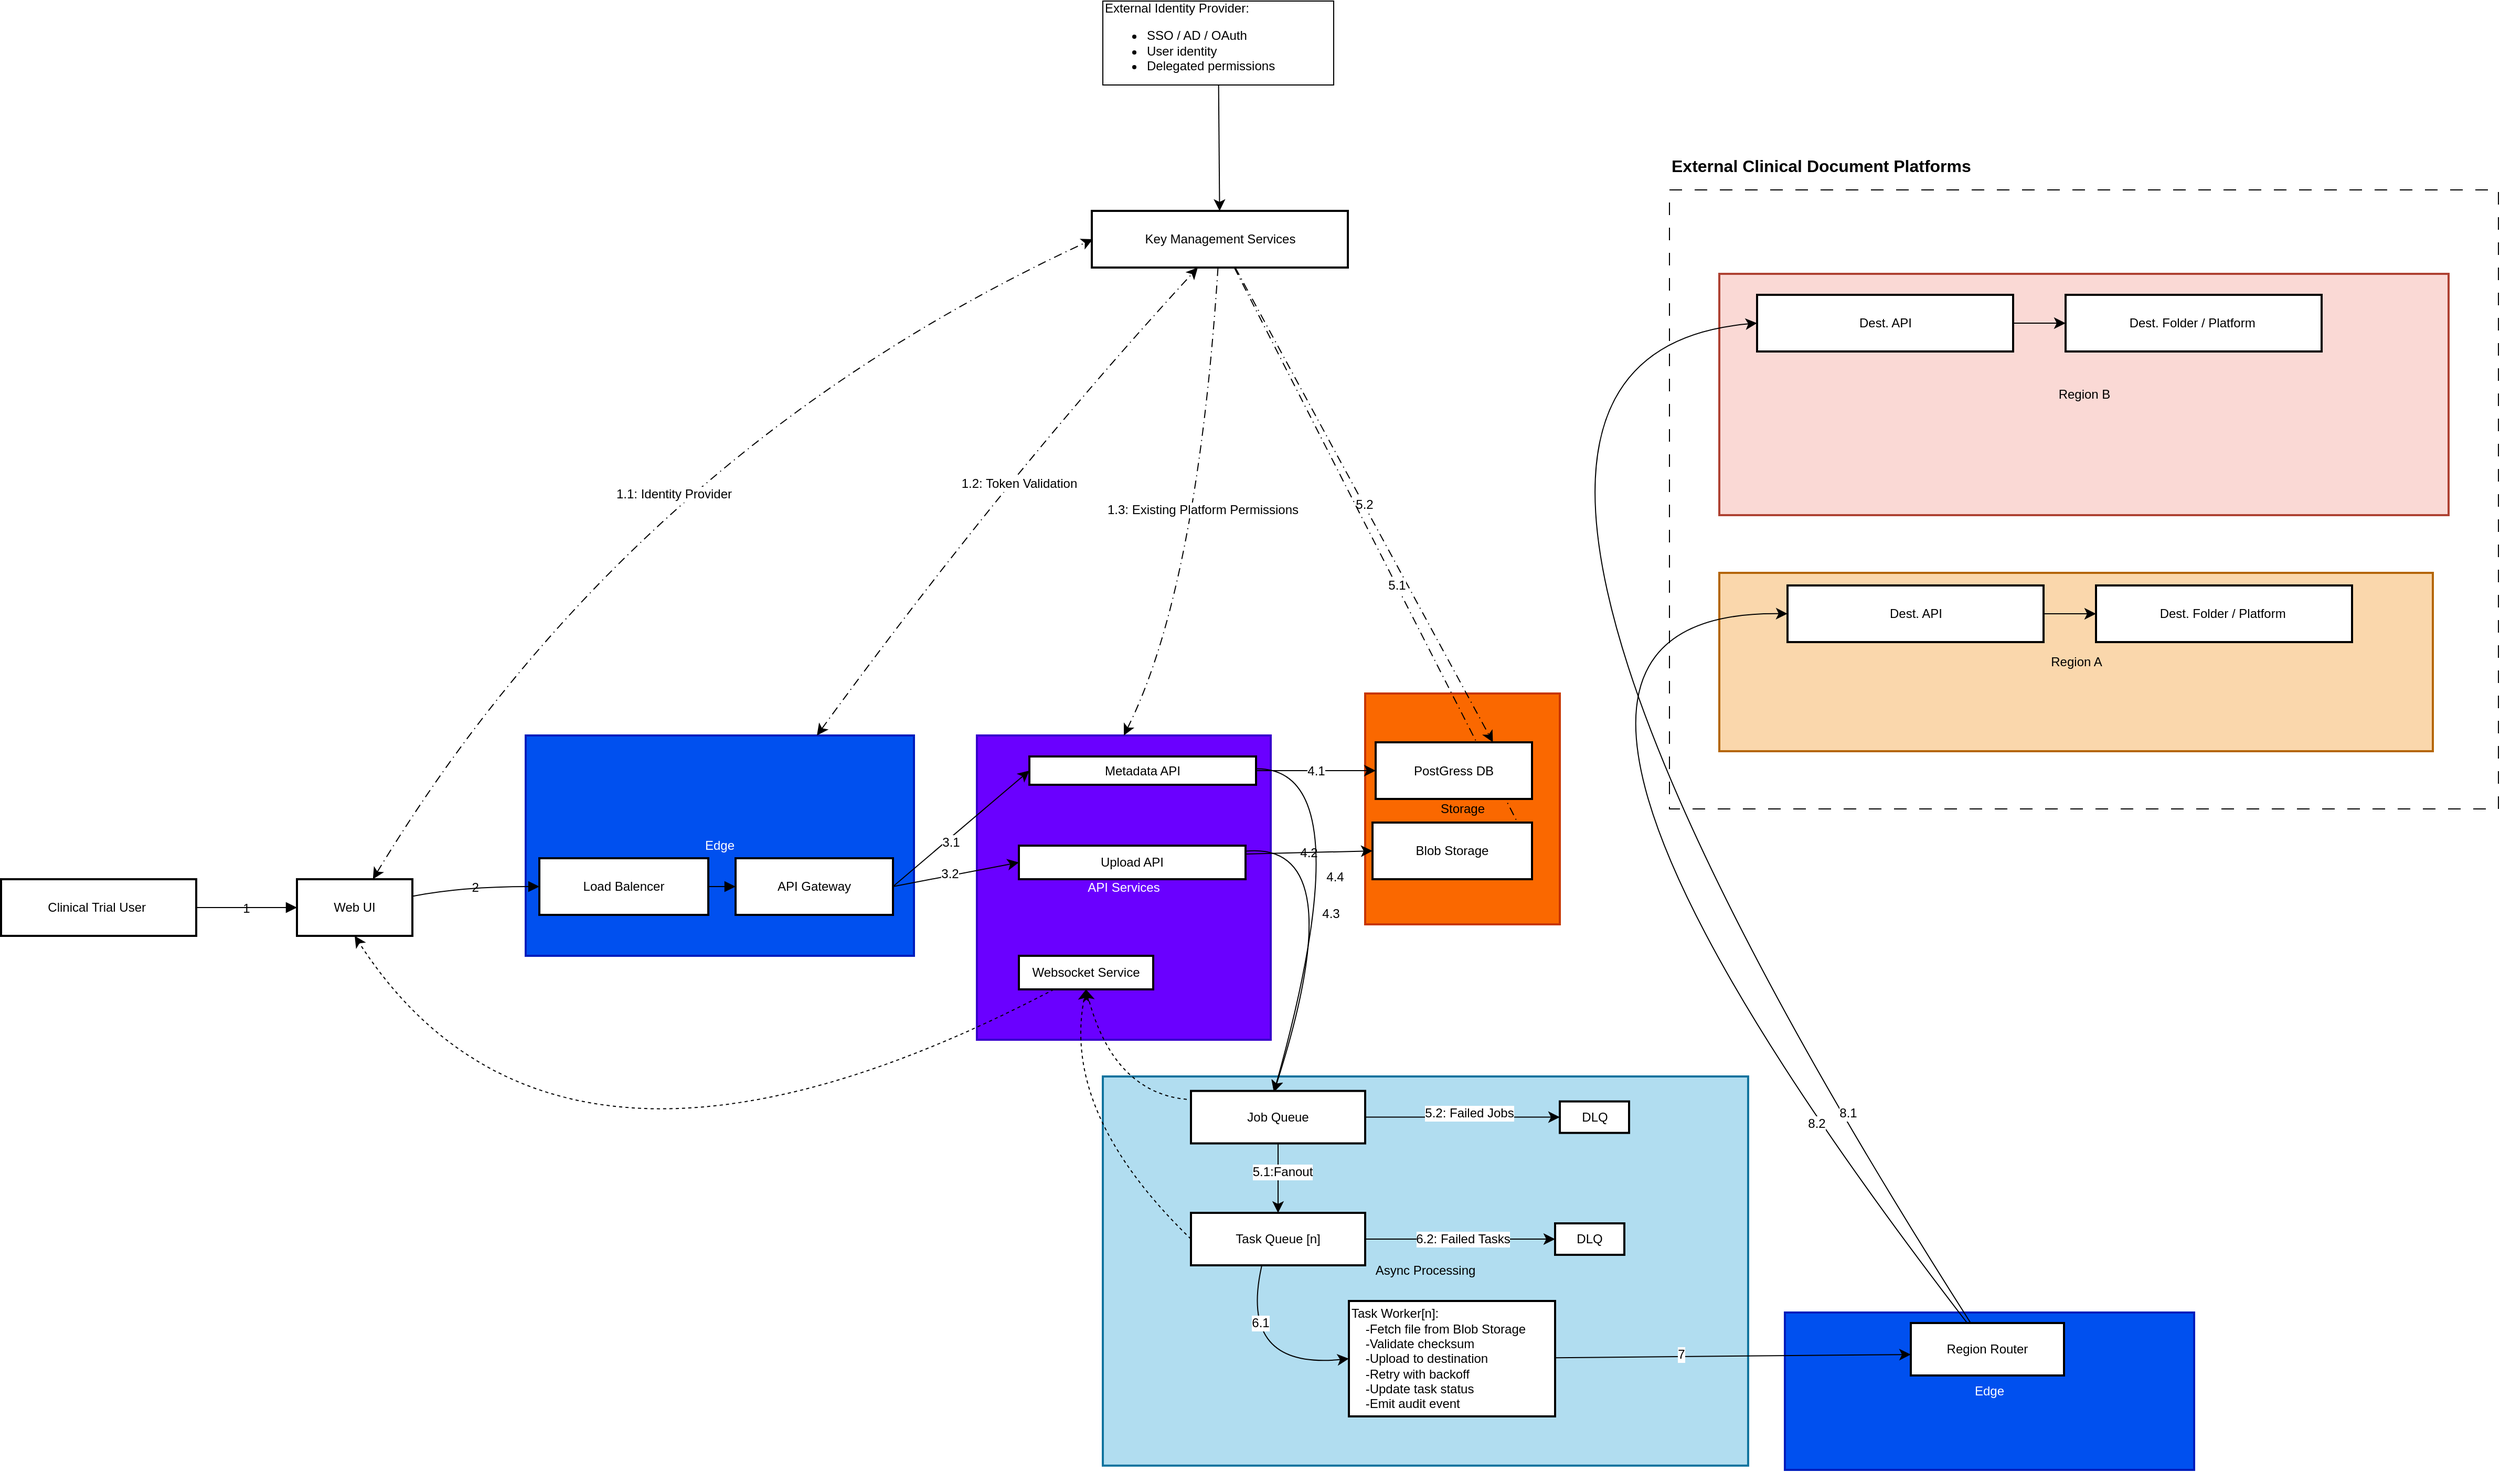
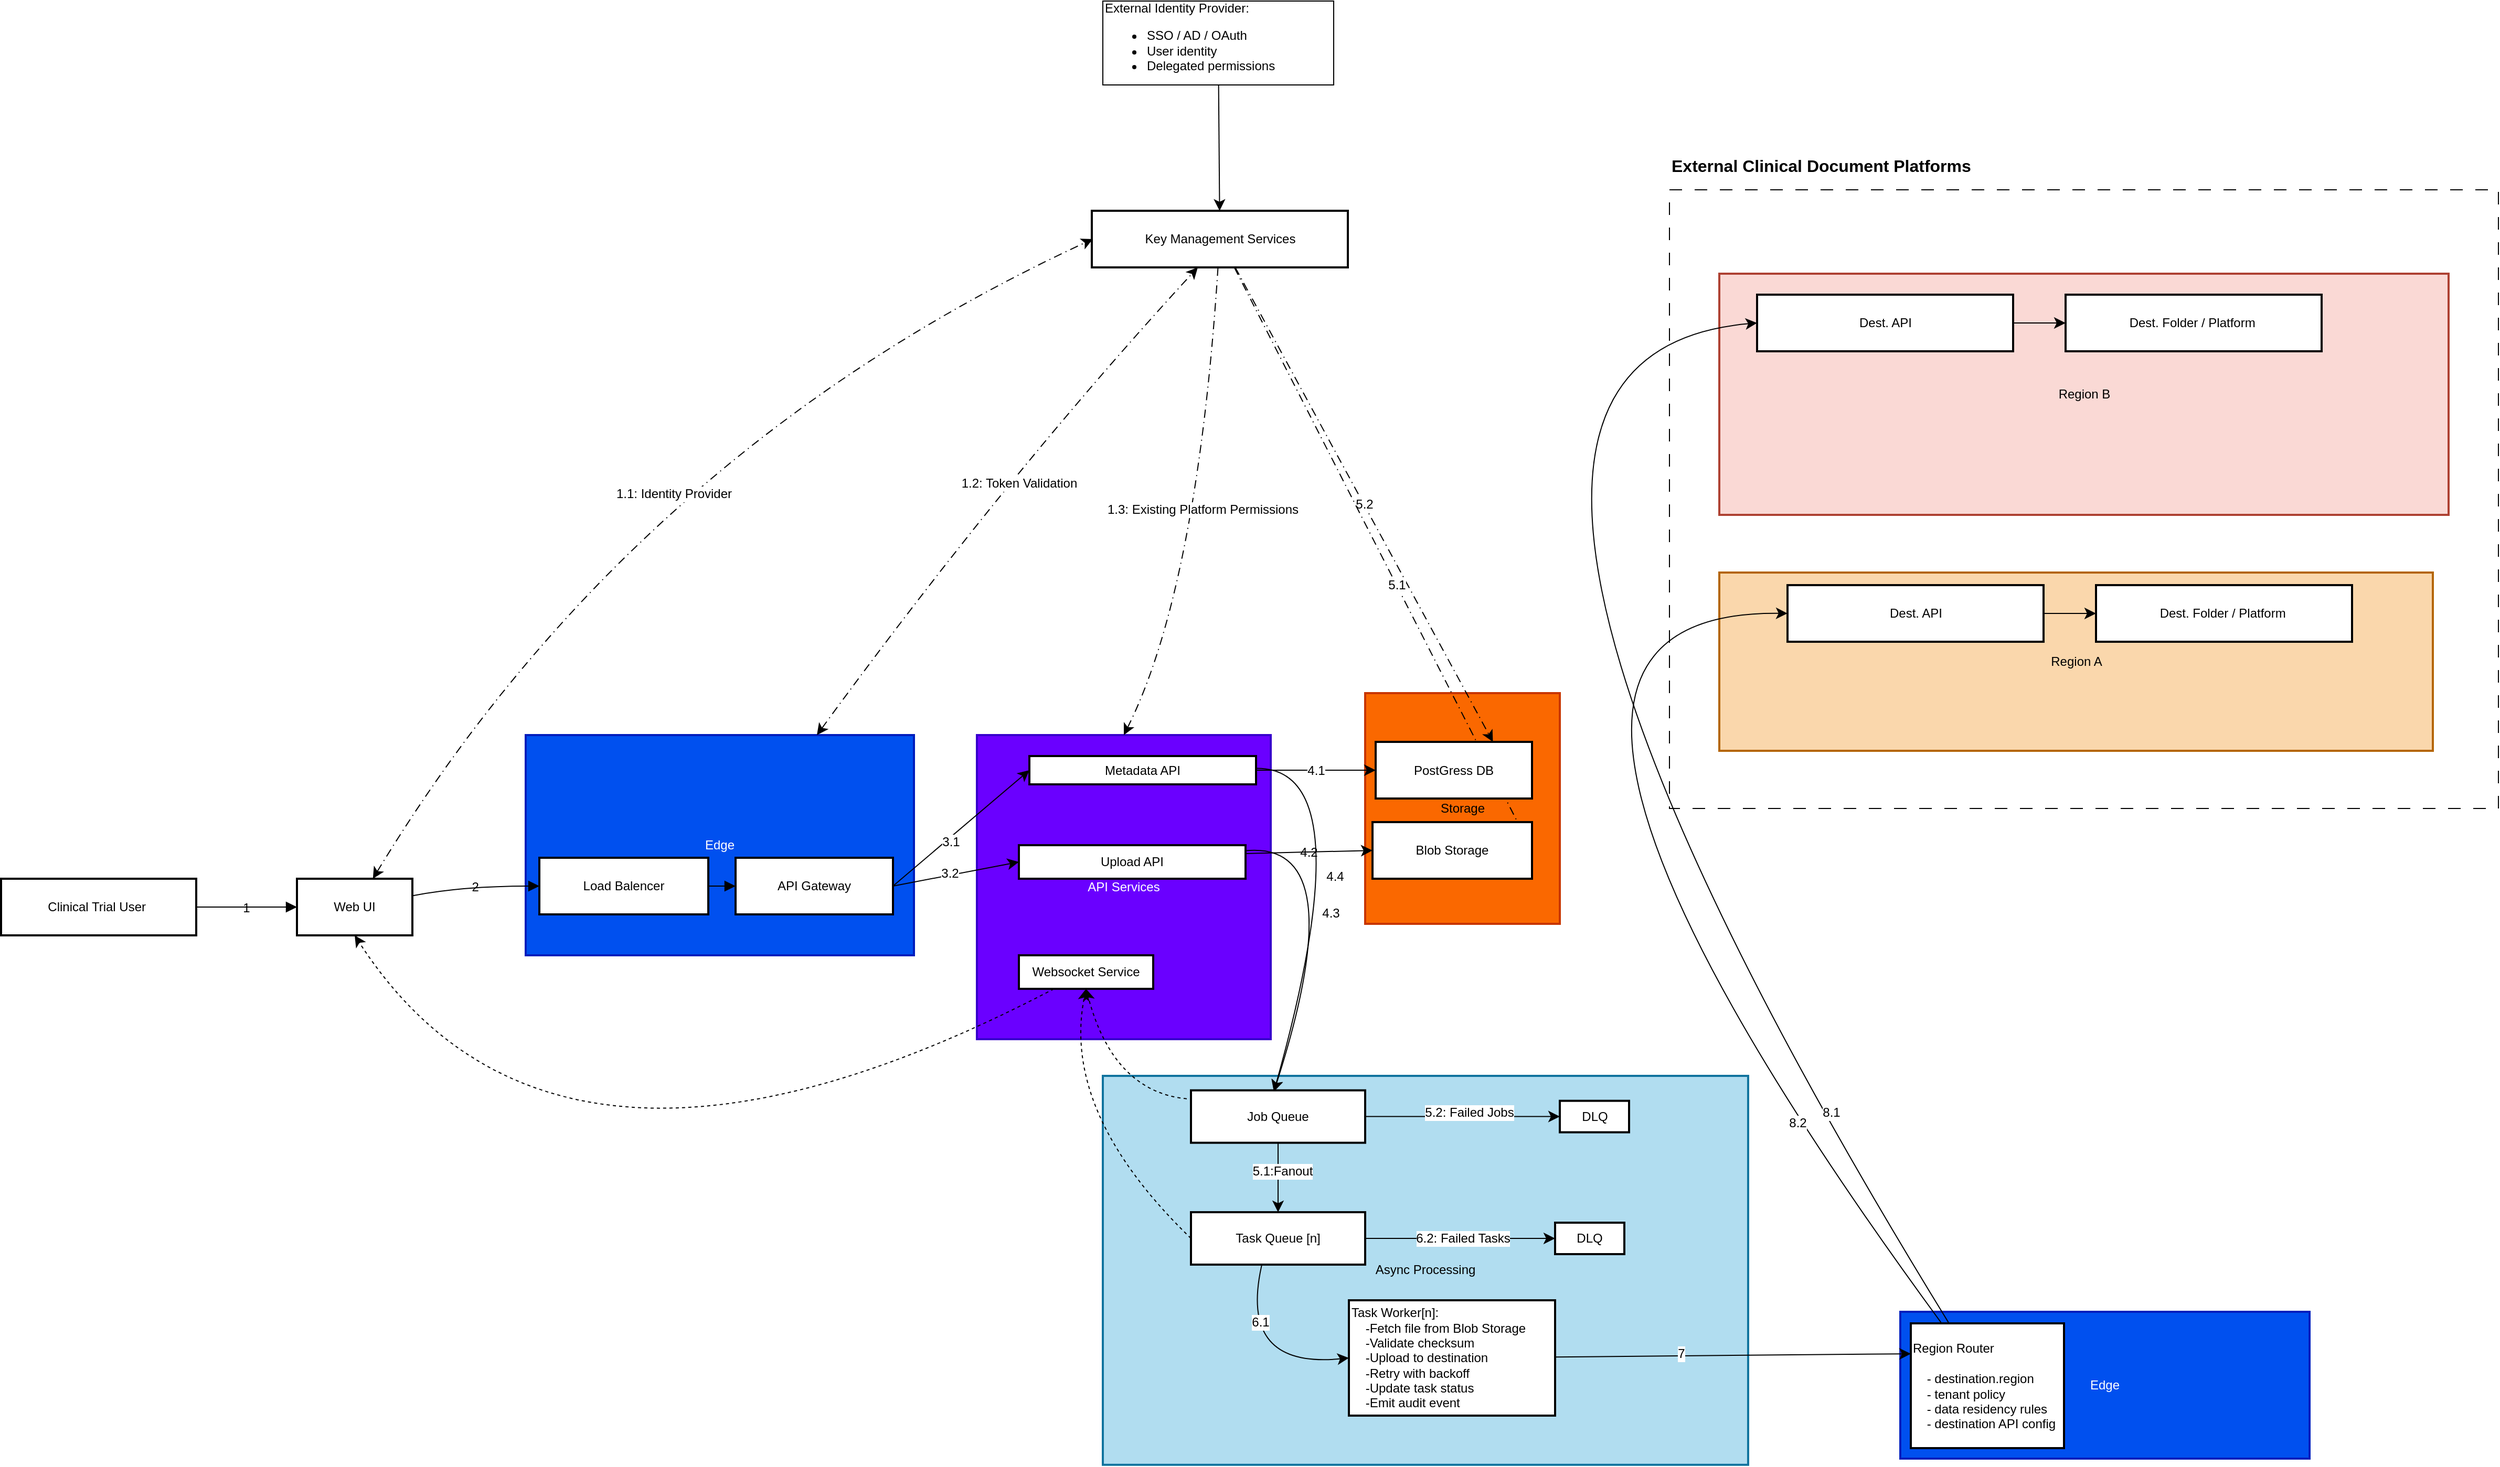
<mxfile host="app.diagrams.net">
  <diagram name="Overall-Diagram" id="Xauzskn0iYLa3f8TggF1">
-     <mxGraphModel dx="839" dy="1672" grid="1" gridSize="10" guides="1" tooltips="1" connect="1" arrows="1" fold="1" page="1" pageScale="1" pageWidth="850" pageHeight="1100" background="none" math="0" shadow="0">
+     <mxGraphModel dx="1678" dy="2243" grid="1" gridSize="10" guides="1" tooltips="1" connect="1" arrows="1" fold="1" page="1" pageScale="1" pageWidth="850" pageHeight="1100" background="none" math="0" shadow="0">
      <root>
        <mxCell id="0" />
        <mxCell id="1" parent="0" />
        <mxCell id="kZjGEyZ31KSyDfQOjVAd-13" connectable="0" parent="1" style="group" value="" vertex="1">
          <mxGeometry height="630" width="790" x="1690" y="-520" as="geometry" />
        </mxCell>
        <mxCell id="kZjGEyZ31KSyDfQOjVAd-8" parent="kZjGEyZ31KSyDfQOjVAd-13" style="rounded=0;whiteSpace=wrap;html=1;fillColor=none;dashed=1;dashPattern=12 12;" value="" vertex="1">
          <mxGeometry height="590" width="790" y="40" as="geometry" />
        </mxCell>
        <mxCell id="kZjGEyZ31KSyDfQOjVAd-10" parent="kZjGEyZ31KSyDfQOjVAd-13" style="text;html=1;whiteSpace=wrap;strokeColor=none;fillColor=none;align=left;verticalAlign=middle;rounded=0;fontSize=16;" value="&lt;h2&gt;&lt;span style=&quot;-webkit-text-size-adjust: auto; font-size: medium;&quot;&gt;External Clinical Document Platforms&lt;/span&gt;&lt;/h2&gt;" vertex="1">
          <mxGeometry height="30" width="470" as="geometry" />
        </mxCell>
        <mxCell id="tPvMw2njpGqdJi2HAjV1-28" parent="kZjGEyZ31KSyDfQOjVAd-13" style="whiteSpace=wrap;strokeWidth=2;rounded=0;labelBackgroundColor=none;fillColor=#fad9d5;strokeColor=#ae4132;" value="Region B" vertex="1">
          <mxGeometry height="230" width="695" x="47.5" y="120" as="geometry" />
        </mxCell>
        <mxCell id="tPvMw2njpGqdJi2HAjV1-27" parent="kZjGEyZ31KSyDfQOjVAd-13" style="whiteSpace=wrap;strokeWidth=2;rounded=0;labelBackgroundColor=none;fillColor=#fad7ac;strokeColor=#b46504;" value="Region A" vertex="1">
          <mxGeometry height="170" width="680" x="47.5" y="405" as="geometry" />
        </mxCell>
        <mxCell id="tPvMw2njpGqdJi2HAjV1-7" parent="kZjGEyZ31KSyDfQOjVAd-13" style="whiteSpace=wrap;strokeWidth=2;rounded=0;labelBackgroundColor=none;" value="Dest. Folder / Platform " vertex="1">
          <mxGeometry height="54" width="244" x="406.5" y="417" as="geometry" />
        </mxCell>
        <mxCell id="tPvMw2njpGqdJi2HAjV1-15" edge="1" parent="kZjGEyZ31KSyDfQOjVAd-13" source="tPvMw2njpGqdJi2HAjV1-8" style="edgeStyle=none;curved=1;rounded=0;orthogonalLoop=1;jettySize=auto;html=1;fontSize=12;startSize=8;endSize=8;" target="tPvMw2njpGqdJi2HAjV1-7" value="">
          <mxGeometry relative="1" as="geometry" />
        </mxCell>
        <mxCell id="tPvMw2njpGqdJi2HAjV1-8" parent="kZjGEyZ31KSyDfQOjVAd-13" style="whiteSpace=wrap;strokeWidth=2;rounded=0;labelBackgroundColor=none;" value="Dest. API" vertex="1">
          <mxGeometry height="54" width="244" x="112.5" y="417" as="geometry" />
        </mxCell>
        <mxCell id="tPvMw2njpGqdJi2HAjV1-9" parent="kZjGEyZ31KSyDfQOjVAd-13" style="whiteSpace=wrap;strokeWidth=2;rounded=0;labelBackgroundColor=none;" value="Dest. Folder / Platform " vertex="1">
          <mxGeometry height="54" width="244" x="377.5" y="140" as="geometry" />
        </mxCell>
        <mxCell id="tPvMw2njpGqdJi2HAjV1-16" edge="1" parent="kZjGEyZ31KSyDfQOjVAd-13" source="tPvMw2njpGqdJi2HAjV1-10" style="edgeStyle=none;curved=1;rounded=0;orthogonalLoop=1;jettySize=auto;html=1;fontSize=12;startSize=8;endSize=8;" target="tPvMw2njpGqdJi2HAjV1-9" value="">
          <mxGeometry relative="1" as="geometry" />
        </mxCell>
        <mxCell id="kZjGEyZ31KSyDfQOjVAd-19" edge="1" parent="kZjGEyZ31KSyDfQOjVAd-13" source="tPvMw2njpGqdJi2HAjV1-10" style="edgeStyle=none;curved=1;rounded=0;orthogonalLoop=1;jettySize=auto;html=1;fontSize=12;startSize=8;endSize=8;">
          <mxGeometry relative="1" as="geometry">
            <mxPoint x="129.99999999999955" y="167" as="targetPoint" />
          </mxGeometry>
        </mxCell>
        <mxCell id="tPvMw2njpGqdJi2HAjV1-10" parent="kZjGEyZ31KSyDfQOjVAd-13" style="whiteSpace=wrap;strokeWidth=2;rounded=0;labelBackgroundColor=none;" value="Dest. API" vertex="1">
          <mxGeometry height="54" width="244" x="83.5" y="140" as="geometry" />
        </mxCell>
        <mxCell id="ZxT0anLmeUN1lRlBXtKW-56" parent="1" style="whiteSpace=wrap;strokeWidth=2;rounded=0;labelBackgroundColor=none;fillColor=#0050ef;fontColor=#ffffff;strokeColor=#001DBC;" value="Edge" vertex="1">
-           <mxGeometry height="150" width="390" x="1800" y="590" as="geometry" />
+           <mxGeometry height="140" width="390" x="1910" y="590" as="geometry" />
        </mxCell>
        <mxCell id="LGeiLnGPZ_kJypGg9XhN-2" parent="1" style="whiteSpace=wrap;strokeWidth=2;rounded=0;labelBackgroundColor=none;fillColor=#b1ddf0;strokeColor=#10739e;aspect=fixed;" value="Async Processing" vertex="1">
          <mxGeometry height="370.92" width="614.97" x="1150" y="365" as="geometry" />
        </mxCell>
        <mxCell id="LGeiLnGPZ_kJypGg9XhN-4" parent="1" style="whiteSpace=wrap;strokeWidth=2;rounded=0;labelBackgroundColor=none;fillColor=#6a00ff;fontColor=#ffffff;strokeColor=#3700CC;" value="API Services" vertex="1">
          <mxGeometry height="290" width="280" x="1030" y="40" as="geometry" />
        </mxCell>
        <mxCell id="LGeiLnGPZ_kJypGg9XhN-3" parent="1" style="whiteSpace=wrap;strokeWidth=2;rounded=0;labelBackgroundColor=none;fillColor=#fa6800;fontColor=#000000;strokeColor=#C73500;" value="Storage" vertex="1">
          <mxGeometry height="220" width="185.5" x="1400" as="geometry" />
        </mxCell>
        <mxCell id="LGeiLnGPZ_kJypGg9XhN-5" parent="1" style="whiteSpace=wrap;strokeWidth=2;rounded=0;labelBackgroundColor=none;fillColor=#0050ef;fontColor=#ffffff;strokeColor=#001DBC;" value="Edge" vertex="1">
          <mxGeometry height="210" width="370" x="600" y="40" as="geometry" />
        </mxCell>
        <mxCell id="LGeiLnGPZ_kJypGg9XhN-6" parent="1" style="whiteSpace=wrap;strokeWidth=2;rounded=0;labelBackgroundColor=none;" value="Clinical Trial User " vertex="1">
          <mxGeometry height="54" width="186" x="100" y="177" as="geometry" />
        </mxCell>
        <mxCell id="kZjGEyZ31KSyDfQOjVAd-4" edge="1" parent="1" style="edgeStyle=none;curved=1;rounded=0;orthogonalLoop=1;jettySize=auto;html=1;entryX=0;entryY=0.5;entryDx=0;entryDy=0;fontSize=12;startSize=8;endSize=8;dashed=1;dashPattern=8 4 1 4;startArrow=classic;startFill=1;" value="1.1: Identity Provider">
          <mxGeometry relative="1" x="0.0321" y="-53" as="geometry">
            <mxPoint as="offset" />
            <Array as="points">
              <mxPoint x="701" y="-230" />
            </Array>
            <mxPoint x="454.3617511520737" y="177" as="sourcePoint" />
            <mxPoint x="1140.5" y="-433" as="targetPoint" />
          </mxGeometry>
        </mxCell>
        <mxCell id="LGeiLnGPZ_kJypGg9XhN-7" parent="1" style="whiteSpace=wrap;strokeWidth=2;rounded=0;labelBackgroundColor=none;" value="Web UI" vertex="1">
          <mxGeometry height="54" width="110" x="382" y="177" as="geometry" />
        </mxCell>
        <mxCell id="LGeiLnGPZ_kJypGg9XhN-8" parent="1" style="whiteSpace=wrap;strokeWidth=2;rounded=0;labelBackgroundColor=none;" value="Load Balencer" vertex="1">
          <mxGeometry height="54" width="161" x="613" y="157" as="geometry" />
        </mxCell>
        <mxCell id="ijDLy2rUQYNMrnhEq9o_-15" edge="1" parent="1" source="LGeiLnGPZ_kJypGg9XhN-9" style="edgeStyle=none;curved=1;rounded=0;orthogonalLoop=1;jettySize=auto;html=1;fontSize=12;startSize=8;endSize=8;entryX=0;entryY=0.5;entryDx=0;entryDy=0;labelBackgroundColor=none;fontColor=default;exitX=1;exitY=0.5;exitDx=0;exitDy=0;" target="LGeiLnGPZ_kJypGg9XhN-10">
          <mxGeometry relative="1" as="geometry">
            <mxPoint x="1059.9999999999998" y="229.99999999999977" as="targetPoint" />
          </mxGeometry>
        </mxCell>
        <mxCell id="kZjGEyZ31KSyDfQOjVAd-1" connectable="0" parent="ijDLy2rUQYNMrnhEq9o_-15" style="edgeLabel;html=1;align=center;verticalAlign=middle;resizable=0;points=[];fontSize=12;" value="3.1" vertex="1">
          <mxGeometry relative="1" x="-0.1984" y="-3" as="geometry">
            <mxPoint x="1" as="offset" />
          </mxGeometry>
        </mxCell>
        <mxCell id="ijDLy2rUQYNMrnhEq9o_-17" edge="1" parent="1" source="LGeiLnGPZ_kJypGg9XhN-9" style="edgeStyle=none;curved=1;rounded=0;orthogonalLoop=1;jettySize=auto;html=1;entryX=0;entryY=0.5;entryDx=0;entryDy=0;fontSize=12;startSize=8;endSize=8;exitX=1;exitY=0.5;exitDx=0;exitDy=0;" target="LGeiLnGPZ_kJypGg9XhN-11">
          <mxGeometry relative="1" as="geometry">
            <mxPoint x="960" y="190" as="sourcePoint" />
          </mxGeometry>
        </mxCell>
        <mxCell id="kZjGEyZ31KSyDfQOjVAd-2" connectable="0" parent="ijDLy2rUQYNMrnhEq9o_-17" style="edgeLabel;html=1;align=center;verticalAlign=middle;resizable=0;points=[];fontSize=12;" value="3.2" vertex="1">
          <mxGeometry relative="1" x="-0.0885" y="2" as="geometry">
            <mxPoint as="offset" />
          </mxGeometry>
        </mxCell>
        <mxCell id="tPvMw2njpGqdJi2HAjV1-17" edge="1" parent="1" source="LGeiLnGPZ_kJypGg9XhN-5" style="edgeStyle=none;curved=1;rounded=0;orthogonalLoop=1;jettySize=auto;html=1;entryX=0.5;entryY=1;entryDx=0;entryDy=0;fontSize=12;startSize=8;endSize=8;dashed=1;dashPattern=8 4 1 4;startArrow=classic;startFill=1;exitX=0.75;exitY=0;exitDx=0;exitDy=0;" value="1.2: Token Validation">
          <mxGeometry relative="1" x="0.0672" y="-14" as="geometry">
            <mxPoint as="offset" />
            <Array as="points">
              <mxPoint x="1060" y="-210" />
            </Array>
            <mxPoint x="853.7118320610687" y="157" as="sourcePoint" />
            <mxPoint x="1240.5" y="-406" as="targetPoint" />
          </mxGeometry>
        </mxCell>
        <mxCell id="LGeiLnGPZ_kJypGg9XhN-9" parent="1" style="whiteSpace=wrap;strokeWidth=2;rounded=0;labelBackgroundColor=none;" value="API Gateway" vertex="1">
          <mxGeometry height="54" width="150" x="800" y="157" as="geometry" />
        </mxCell>
        <mxCell id="ijDLy2rUQYNMrnhEq9o_-19" edge="1" parent="1" source="LGeiLnGPZ_kJypGg9XhN-10" style="edgeStyle=none;curved=1;rounded=0;orthogonalLoop=1;jettySize=auto;html=1;entryX=0;entryY=0.5;entryDx=0;entryDy=0;fontSize=12;startSize=8;endSize=8;exitX=1;exitY=0.5;exitDx=0;exitDy=0;" target="LGeiLnGPZ_kJypGg9XhN-12" value="4.1">
          <mxGeometry relative="1" as="geometry" />
        </mxCell>
        <mxCell id="ZxT0anLmeUN1lRlBXtKW-1" edge="1" parent="1" source="LGeiLnGPZ_kJypGg9XhN-10" style="edgeStyle=none;curved=1;rounded=0;orthogonalLoop=1;jettySize=auto;html=1;entryX=0.5;entryY=0;entryDx=0;entryDy=0;fontSize=12;startSize=8;endSize=8;" value="4.4">
          <mxGeometry relative="1" as="geometry">
            <Array as="points">
              <mxPoint x="1400" y="70" />
            </Array>
            <mxPoint x="1313" y="380" as="targetPoint" />
          </mxGeometry>
        </mxCell>
        <mxCell id="LGeiLnGPZ_kJypGg9XhN-10" parent="1" style="whiteSpace=wrap;strokeWidth=2;rounded=0;labelBackgroundColor=none;" value="Metadata API" vertex="1">
          <mxGeometry height="27" width="216" x="1080" y="60" as="geometry" />
        </mxCell>
        <mxCell id="ijDLy2rUQYNMrnhEq9o_-12" edge="1" parent="1" source="LGeiLnGPZ_kJypGg9XhN-11" style="edgeStyle=none;curved=1;rounded=0;orthogonalLoop=1;jettySize=auto;html=1;entryX=0;entryY=0.5;entryDx=0;entryDy=0;fontSize=12;startSize=8;endSize=8;exitX=1;exitY=0.25;exitDx=0;exitDy=0;labelBackgroundColor=none;fontColor=default;" target="LGeiLnGPZ_kJypGg9XhN-13" value="4.2">
          <mxGeometry relative="1" as="geometry" />
        </mxCell>
        <mxCell id="ZxT0anLmeUN1lRlBXtKW-2" edge="1" parent="1" source="LGeiLnGPZ_kJypGg9XhN-11" style="edgeStyle=none;curved=1;rounded=0;orthogonalLoop=1;jettySize=auto;html=1;entryX=0.5;entryY=0;entryDx=0;entryDy=0;fontSize=12;startSize=8;endSize=8;" value="4.3">
          <mxGeometry relative="1" as="geometry">
            <Array as="points">
              <mxPoint x="1390" y="140" />
            </Array>
            <mxPoint x="1313" y="380" as="targetPoint" />
          </mxGeometry>
        </mxCell>
        <mxCell id="LGeiLnGPZ_kJypGg9XhN-11" parent="1" style="whiteSpace=wrap;strokeWidth=2;rounded=0;labelBackgroundColor=none;" value="Upload API" vertex="1">
          <mxGeometry height="32" width="216" x="1070" y="145" as="geometry" />
        </mxCell>
        <mxCell id="tPvMw2njpGqdJi2HAjV1-2" edge="1" parent="1" style="edgeStyle=none;curved=1;rounded=0;orthogonalLoop=1;jettySize=auto;html=1;fontSize=12;startSize=8;endSize=8;entryX=0.5;entryY=1;entryDx=0;entryDy=0;dashed=1;" target="LGeiLnGPZ_kJypGg9XhN-18">
          <mxGeometry relative="1" as="geometry">
            <Array as="points">
              <mxPoint x="1160" y="380" />
            </Array>
            <mxPoint x="1230" y="386.8627450980389" as="sourcePoint" />
            <mxPoint x="1150" y="490" as="targetPoint" />
          </mxGeometry>
        </mxCell>
        <mxCell id="tPvMw2njpGqdJi2HAjV1-30" edge="1" parent="1" source="ZxT0anLmeUN1lRlBXtKW-4" style="edgeStyle=none;curved=1;rounded=0;orthogonalLoop=1;jettySize=auto;html=1;entryX=0.5;entryY=1;entryDx=0;entryDy=0;fontSize=12;startSize=8;endSize=8;dashed=1;exitX=0;exitY=0.5;exitDx=0;exitDy=0;" target="LGeiLnGPZ_kJypGg9XhN-18">
          <mxGeometry relative="1" as="geometry">
            <Array as="points">
              <mxPoint x="1110" y="400" />
            </Array>
            <mxPoint x="1274.6623376623374" y="462" as="sourcePoint" />
          </mxGeometry>
        </mxCell>
        <mxCell id="tPvMw2njpGqdJi2HAjV1-18" edge="1" parent="1" source="LGeiLnGPZ_kJypGg9XhN-20" style="edgeStyle=none;curved=1;rounded=0;orthogonalLoop=1;jettySize=auto;html=1;entryX=0.75;entryY=0;entryDx=0;entryDy=0;fontSize=12;startSize=8;endSize=8;dashed=1;dashPattern=8 4 1 4;" target="LGeiLnGPZ_kJypGg9XhN-12" value="5.2">
          <mxGeometry relative="1" as="geometry" />
        </mxCell>
        <mxCell id="tPvMw2njpGqdJi2HAjV1-19" edge="1" parent="1" source="LGeiLnGPZ_kJypGg9XhN-20" style="edgeStyle=none;curved=1;rounded=0;orthogonalLoop=1;jettySize=auto;html=1;entryX=1;entryY=0.5;entryDx=0;entryDy=0;fontSize=12;startSize=8;endSize=8;dashed=1;dashPattern=8 4 1 4;" target="LGeiLnGPZ_kJypGg9XhN-13">
          <mxGeometry relative="1" as="geometry" />
        </mxCell>
        <mxCell id="kZjGEyZ31KSyDfQOjVAd-3" connectable="0" parent="tPvMw2njpGqdJi2HAjV1-19" style="edgeLabel;html=1;align=center;verticalAlign=middle;resizable=0;points=[];fontSize=12;" value="5.1" vertex="1">
          <mxGeometry relative="1" x="0.0872" as="geometry">
            <mxPoint as="offset" />
          </mxGeometry>
        </mxCell>
        <mxCell id="kZjGEyZ31KSyDfQOjVAd-5" edge="1" parent="1" source="LGeiLnGPZ_kJypGg9XhN-20" style="edgeStyle=none;curved=1;rounded=0;orthogonalLoop=1;jettySize=auto;html=1;fontSize=12;startSize=8;endSize=8;dashed=1;dashPattern=8 4 1 4;entryX=0.5;entryY=0;entryDx=0;entryDy=0;" target="LGeiLnGPZ_kJypGg9XhN-4" value="1.3: Existing Platform Permissions">
          <mxGeometry relative="1" as="geometry">
            <Array as="points">
              <mxPoint x="1240" y="-100" />
            </Array>
            <mxPoint x="1160" y="20" as="targetPoint" />
          </mxGeometry>
        </mxCell>
        <mxCell id="LGeiLnGPZ_kJypGg9XhN-20" parent="1" style="whiteSpace=wrap;strokeWidth=2;rounded=0;labelBackgroundColor=none;" value="Key Management Services" vertex="1">
          <mxGeometry height="54" width="244" x="1139.5" y="-460" as="geometry" />
        </mxCell>
        <mxCell id="LGeiLnGPZ_kJypGg9XhN-23" edge="1" parent="1" source="LGeiLnGPZ_kJypGg9XhN-6" style="curved=1;startArrow=none;endArrow=block;exitX=1;exitY=0.5;entryX=0;entryY=0.5;rounded=0;fontSize=12;startSize=8;endSize=8;labelBackgroundColor=none;fontColor=default;" target="LGeiLnGPZ_kJypGg9XhN-7" value="1">
          <mxGeometry relative="1" as="geometry">
            <Array as="points" />
          </mxGeometry>
        </mxCell>
        <mxCell id="LGeiLnGPZ_kJypGg9XhN-24" edge="1" parent="1" source="LGeiLnGPZ_kJypGg9XhN-7" style="curved=1;startArrow=none;endArrow=block;exitX=1;exitY=0.3;entryX=0;entryY=0.5;rounded=0;fontSize=12;startSize=8;endSize=8;labelBackgroundColor=none;fontColor=default;" target="LGeiLnGPZ_kJypGg9XhN-8" value="2">
          <mxGeometry relative="1" as="geometry">
            <Array as="points">
              <mxPoint x="540" y="184" />
            </Array>
          </mxGeometry>
        </mxCell>
        <mxCell id="LGeiLnGPZ_kJypGg9XhN-35" edge="1" parent="1" source="LGeiLnGPZ_kJypGg9XhN-8" style="curved=1;startArrow=none;endArrow=block;exitX=1;exitY=0.5;entryX=0;entryY=0.5;rounded=0;fontSize=12;startSize=8;endSize=8;labelBackgroundColor=none;fontColor=default;" target="LGeiLnGPZ_kJypGg9XhN-9" value="">
          <mxGeometry relative="1" as="geometry">
            <Array as="points" />
          </mxGeometry>
        </mxCell>
        <mxCell id="tPvMw2njpGqdJi2HAjV1-29" edge="1" parent="1" source="LGeiLnGPZ_kJypGg9XhN-18" style="edgeStyle=none;curved=1;rounded=0;orthogonalLoop=1;jettySize=auto;html=1;entryX=0.5;entryY=1;entryDx=0;entryDy=0;fontSize=12;startSize=8;endSize=8;dashed=1;" target="LGeiLnGPZ_kJypGg9XhN-7">
          <mxGeometry relative="1" as="geometry">
            <Array as="points">
              <mxPoint x="630" y="530" />
            </Array>
          </mxGeometry>
        </mxCell>
        <mxCell id="LGeiLnGPZ_kJypGg9XhN-18" parent="1" style="whiteSpace=wrap;strokeWidth=2;rounded=0;labelBackgroundColor=none;" value="Websocket Service" vertex="1">
          <mxGeometry height="32" width="128" x="1070" y="250" as="geometry" />
        </mxCell>
        <mxCell id="LGeiLnGPZ_kJypGg9XhN-13" parent="1" style="whiteSpace=wrap;strokeWidth=2;rounded=0;labelBackgroundColor=none;" value="Blob Storage" vertex="1">
          <mxGeometry height="54" width="152" x="1407" y="123" as="geometry" />
        </mxCell>
        <mxCell id="LGeiLnGPZ_kJypGg9XhN-12" parent="1" style="whiteSpace=wrap;strokeWidth=2;rounded=0;labelBackgroundColor=none;" value="PostGress DB" vertex="1">
          <mxGeometry height="54" width="149" x="1410" y="46.5" as="geometry" />
        </mxCell>
        <mxCell id="kZjGEyZ31KSyDfQOjVAd-17" edge="1" parent="1" source="tPvMw2njpGqdJi2HAjV1-6" style="edgeStyle=none;curved=1;rounded=0;orthogonalLoop=1;jettySize=auto;html=1;fontSize=12;startSize=8;endSize=8;entryX=0;entryY=0.5;entryDx=0;entryDy=0;" target="tPvMw2njpGqdJi2HAjV1-8" value="8.2">
          <mxGeometry relative="1" x="-0.6065" y="-2" as="geometry">
            <mxPoint as="offset" />
            <Array as="points">
              <mxPoint x="1450" y="-80" />
            </Array>
            <mxPoint x="1969.9999999999995" y="-40" as="targetPoint" />
          </mxGeometry>
        </mxCell>
        <mxCell id="kZjGEyZ31KSyDfQOjVAd-18" edge="1" parent="1" source="tPvMw2njpGqdJi2HAjV1-6" style="edgeStyle=none;curved=1;rounded=0;orthogonalLoop=1;jettySize=auto;html=1;fontSize=12;startSize=8;endSize=8;entryX=0;entryY=0.5;entryDx=0;entryDy=0;" target="tPvMw2njpGqdJi2HAjV1-10" value="8.1">
          <mxGeometry relative="1" x="-0.6863" y="-9" as="geometry">
            <mxPoint as="offset" />
            <Array as="points">
              <mxPoint x="1390" y="-320" />
            </Array>
            <mxPoint x="1779.9999999999995" y="-360" as="targetPoint" />
          </mxGeometry>
        </mxCell>
-         <mxCell id="tPvMw2njpGqdJi2HAjV1-6" parent="1" style="whiteSpace=wrap;strokeWidth=2;rounded=0;labelBackgroundColor=none;" value="Region Router" vertex="1">
-           <mxGeometry height="50" width="146" x="1920" y="600" as="geometry" />
+         <mxCell id="tPvMw2njpGqdJi2HAjV1-6" parent="1" style="whiteSpace=wrap;strokeWidth=2;rounded=0;labelBackgroundColor=none;align=left;" value="Region Router&#xa;&#xa;    - destination.region&#xa;    - tenant policy&#xa;    - data residency rules&#xa;    - destination API config" vertex="1">
+           <mxGeometry height="119" width="146" x="1920" y="601" as="geometry" />
        </mxCell>
        <mxCell id="ZxT0anLmeUN1lRlBXtKW-5" edge="1" parent="1" source="ZxT0anLmeUN1lRlBXtKW-3" style="edgeStyle=none;curved=1;rounded=0;orthogonalLoop=1;jettySize=auto;html=1;fontSize=12;startSize=8;endSize=8;" target="ZxT0anLmeUN1lRlBXtKW-4" value="">
          <mxGeometry relative="1" as="geometry" />
        </mxCell>
        <mxCell id="kZjGEyZ31KSyDfQOjVAd-20" connectable="0" parent="ZxT0anLmeUN1lRlBXtKW-5" style="edgeLabel;html=1;align=center;verticalAlign=middle;resizable=0;points=[];fontSize=12;" value="5.1:Fanout" vertex="1">
          <mxGeometry relative="1" x="-0.1908" y="4" as="geometry">
            <mxPoint as="offset" />
          </mxGeometry>
        </mxCell>
        <mxCell id="ZxT0anLmeUN1lRlBXtKW-52" edge="1" parent="1" source="ZxT0anLmeUN1lRlBXtKW-3" style="edgeStyle=none;curved=1;rounded=0;orthogonalLoop=1;jettySize=auto;html=1;fontSize=12;startSize=8;endSize=8;" target="ZxT0anLmeUN1lRlBXtKW-9" value="">
          <mxGeometry relative="1" as="geometry" />
        </mxCell>
        <mxCell id="kZjGEyZ31KSyDfQOjVAd-22" connectable="0" parent="ZxT0anLmeUN1lRlBXtKW-52" style="edgeLabel;html=1;align=center;verticalAlign=middle;resizable=0;points=[];fontSize=12;" value="5.2: Failed Jobs" vertex="1">
          <mxGeometry relative="1" x="0.0649" y="4" as="geometry">
            <mxPoint as="offset" />
          </mxGeometry>
        </mxCell>
        <mxCell id="ZxT0anLmeUN1lRlBXtKW-3" parent="1" style="whiteSpace=wrap;strokeWidth=2;rounded=0;labelBackgroundColor=none;" value="Job Queue" vertex="1">
          <mxGeometry height="50" width="166" x="1234" y="378.79999999999995" as="geometry" />
        </mxCell>
        <mxCell id="ZxT0anLmeUN1lRlBXtKW-21" edge="1" parent="1" source="ZxT0anLmeUN1lRlBXtKW-4" style="edgeStyle=none;curved=1;rounded=0;orthogonalLoop=1;jettySize=auto;html=1;fontSize=12;startSize=8;endSize=8;" target="ZxT0anLmeUN1lRlBXtKW-11" value="">
          <mxGeometry relative="1" as="geometry" />
        </mxCell>
        <mxCell id="kZjGEyZ31KSyDfQOjVAd-23" connectable="0" parent="ZxT0anLmeUN1lRlBXtKW-21" style="edgeLabel;html=1;align=center;verticalAlign=middle;resizable=0;points=[];fontSize=12;" value="6.2: Failed Tasks" vertex="1">
          <mxGeometry relative="1" x="-0.2155" y="3" as="geometry">
            <mxPoint x="22" y="3" as="offset" />
          </mxGeometry>
        </mxCell>
        <mxCell id="ZxT0anLmeUN1lRlBXtKW-54" edge="1" parent="1" source="ZxT0anLmeUN1lRlBXtKW-4" style="edgeStyle=none;curved=1;rounded=0;orthogonalLoop=1;jettySize=auto;html=1;entryX=0;entryY=0.5;entryDx=0;entryDy=0;fontSize=12;startSize=8;endSize=8;exitX=0.422;exitY=0.8;exitDx=0;exitDy=0;exitPerimeter=0;" target="ZxT0anLmeUN1lRlBXtKW-53" value="6.1">
          <mxGeometry relative="1" x="-0.4334" y="13" as="geometry">
            <mxPoint as="offset" />
            <Array as="points">
              <mxPoint x="1274" y="645" />
            </Array>
          </mxGeometry>
        </mxCell>
        <mxCell id="ZxT0anLmeUN1lRlBXtKW-4" parent="1" style="whiteSpace=wrap;strokeWidth=2;rounded=0;labelBackgroundColor=none;" value="Task Queue [n]" vertex="1">
          <mxGeometry height="50" width="166" x="1234" y="495" as="geometry" />
        </mxCell>
        <mxCell id="ZxT0anLmeUN1lRlBXtKW-9" parent="1" style="whiteSpace=wrap;strokeWidth=2;rounded=0;labelBackgroundColor=none;" value="DLQ" vertex="1">
          <mxGeometry height="30" width="66" x="1585.5" y="388.79999999999995" as="geometry" />
        </mxCell>
        <mxCell id="ZxT0anLmeUN1lRlBXtKW-11" parent="1" style="whiteSpace=wrap;strokeWidth=2;rounded=0;labelBackgroundColor=none;" value="DLQ" vertex="1">
          <mxGeometry height="30" width="66" x="1581" y="505" as="geometry" />
        </mxCell>
        <mxCell id="ZxT0anLmeUN1lRlBXtKW-55" edge="1" parent="1" source="ZxT0anLmeUN1lRlBXtKW-53" style="edgeStyle=none;curved=1;rounded=0;orthogonalLoop=1;jettySize=auto;html=1;fontSize=12;startSize=8;endSize=8;">
          <mxGeometry relative="1" as="geometry">
            <mxPoint x="1920.0000000000005" y="630" as="targetPoint" />
          </mxGeometry>
        </mxCell>
        <mxCell id="kZjGEyZ31KSyDfQOjVAd-24" connectable="0" parent="ZxT0anLmeUN1lRlBXtKW-55" style="edgeLabel;html=1;align=center;verticalAlign=middle;resizable=0;points=[];fontSize=12;" value="7" vertex="1">
          <mxGeometry relative="1" x="-0.2942" y="2" as="geometry">
            <mxPoint as="offset" />
          </mxGeometry>
        </mxCell>
        <mxCell id="ZxT0anLmeUN1lRlBXtKW-53" parent="1" style="whiteSpace=wrap;strokeWidth=2;rounded=0;labelBackgroundColor=none;align=left;" value="Task Worker[n]:&#xa;    -Fetch file from Blob Storage&#xa;    -Validate checksum&#xa;    -Upload to destination&#xa;    -Retry with backoff&#xa;    -Update task status&#xa;    -Emit audit event" vertex="1">
          <mxGeometry height="110" width="196.5" x="1384.5" y="579" as="geometry" />
        </mxCell>
        <mxCell id="kZjGEyZ31KSyDfQOjVAd-7" edge="1" parent="1" source="kZjGEyZ31KSyDfQOjVAd-6" style="edgeStyle=none;curved=1;rounded=0;orthogonalLoop=1;jettySize=auto;html=1;fontSize=12;startSize=8;endSize=8;" target="LGeiLnGPZ_kJypGg9XhN-20" value="">
          <mxGeometry relative="1" as="geometry" />
        </mxCell>
        <mxCell id="kZjGEyZ31KSyDfQOjVAd-6" parent="1" style="whiteSpace=wrap;html=1;align=left;" value="&lt;div&gt;External Identity Provider:&lt;/div&gt;&lt;div&gt;&lt;ul&gt;&lt;li style=&quot;&quot;&gt;SSO / AD / OAuth&lt;/li&gt;&lt;li style=&quot;&quot;&gt;User identity&lt;/li&gt;&lt;li&gt;Delegated permissions&lt;br&gt;&lt;/li&gt;&lt;/ul&gt;&lt;/div&gt;" vertex="1">
          <mxGeometry height="80" width="220" x="1150" y="-660" as="geometry" />
        </mxCell>
      </root>
    </mxGraphModel>
  </diagram>
</mxfile>
